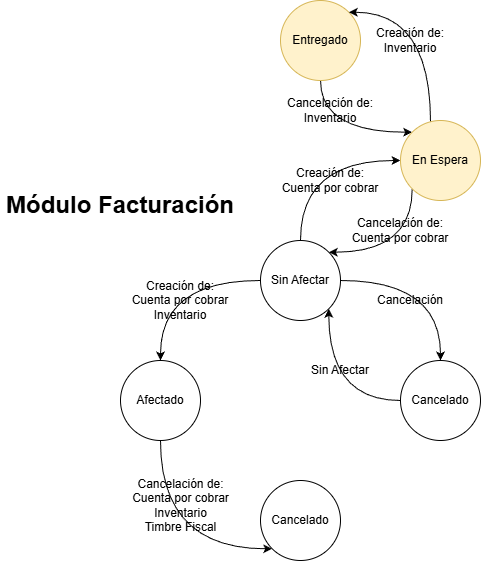
Before: public/images/grafoModuloFacturacion.png, a diagram exported from draw.io (ZacJumpOne/website-zjo). Source tidied: cells renumbered, new cells last; positions are measured from the earlier drawing's top-left corner, leaving out a move shared by most shapes.
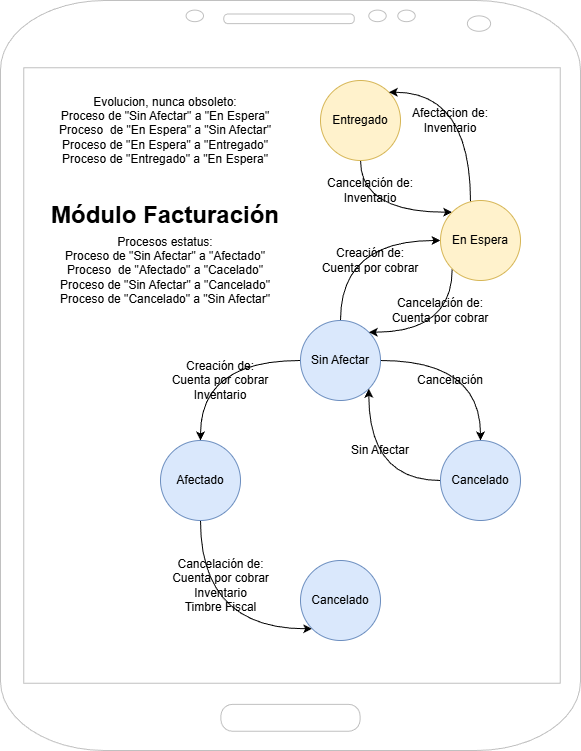
Above is the later version.

What changed in the source:
```diff
@@ -2,6 +2,9 @@
   <root>
     <mxCell id="0" />
     <mxCell id="1" parent="0" />
+    <mxCell id="25" style="verticalLabelPosition=bottom;verticalAlign=top;html=1;shadow=0;dashed=0;strokeWidth=1;shape=mxgraph.android.phone2;strokeColor=#c0c0c0;" parent="1" vertex="1">
+      <mxGeometry x="-40" y="-80" width="580" height="750" as="geometry" />
+    </mxCell>
     <mxCell id="2" style="edgeStyle=orthogonalEdgeStyle;rounded=0;jettySize=auto;html=1;entryX=0.5;entryY=0;entryDx=0;entryDy=0;curved=1;" parent="1" edge="1" source="5" target="7">
       <mxGeometry relative="1" as="geometry" />
     </mxCell>
@@ -15,7 +18,7 @@
         </Array>
       </mxGeometry>
     </mxCell>
-    <mxCell id="5" value="Sin Afectar" style="ellipse;whiteSpace=wrap;html=1;" parent="1" vertex="1">
+    <mxCell id="5" value="Sin Afectar" style="ellipse;whiteSpace=wrap;html=1;fillColor=#dae8fc;strokeColor=#6c8ebf;" parent="1" vertex="1">
       <mxGeometry x="260" y="240" width="80" height="80" as="geometry" />
     </mxCell>
     <mxCell id="6" style="edgeStyle=orthogonalEdgeStyle;rounded=0;jettySize=auto;html=1;entryX=0;entryY=1;entryDx=0;entryDy=0;curved=1;" parent="1" edge="1" source="7" target="15">
@@ -25,7 +28,7 @@
         </Array>
       </mxGeometry>
     </mxCell>
-    <mxCell id="7" value="Afectado" style="ellipse;whiteSpace=wrap;html=1;" parent="1" vertex="1">
+    <mxCell id="7" value="Afectado" style="ellipse;whiteSpace=wrap;html=1;fillColor=#dae8fc;strokeColor=#6c8ebf;" parent="1" vertex="1">
       <mxGeometry x="120" y="360" width="80" height="80" as="geometry" />
     </mxCell>
     <mxCell id="8" style="edgeStyle=orthogonalEdgeStyle;rounded=0;jettySize=auto;html=1;entryX=0;entryY=0;entryDx=0;entryDy=0;curved=1;" parent="1" edge="1" source="9" target="12">
@@ -58,14 +61,14 @@
     <mxCell id="13" style="edgeStyle=orthogonalEdgeStyle;rounded=0;jettySize=auto;html=1;entryX=1;entryY=1;entryDx=0;entryDy=0;curved=1;" parent="1" edge="1" source="14" target="5">
       <mxGeometry relative="1" as="geometry" />
     </mxCell>
-    <mxCell id="14" value="Cancelado" style="ellipse;whiteSpace=wrap;html=1;" parent="1" vertex="1">
+    <mxCell id="14" value="Cancelado" style="ellipse;whiteSpace=wrap;html=1;fillColor=#dae8fc;strokeColor=#6c8ebf;" parent="1" vertex="1">
       <mxGeometry x="400" y="360" width="80" height="80" as="geometry" />
     </mxCell>
-    <mxCell id="15" value="Cancelado" style="ellipse;whiteSpace=wrap;html=1;" parent="1" vertex="1">
+    <mxCell id="15" value="Cancelado" style="ellipse;whiteSpace=wrap;html=1;fillColor=#dae8fc;strokeColor=#6c8ebf;" parent="1" vertex="1">
       <mxGeometry x="260" y="480" width="80" height="80" as="geometry" />
     </mxCell>
     <mxCell id="16" value="&lt;h1&gt;&lt;font style=&quot;font-size: 24px;&quot;&gt;Módulo Facturación&lt;/font&gt;&lt;/h1&gt;" style="text;html=1;whiteSpace=wrap;strokeColor=none;fillColor=none;align=center;verticalAlign=middle;rounded=0;" parent="1" vertex="1">
-      <mxGeometry y="170" width="240" height="70" as="geometry" />
+      <mxGeometry x="5" y="100" width="240" height="70" as="geometry" />
     </mxCell>
     <mxCell id="17" value="Creación de: Cuenta por cobrar&lt;div&gt;Inventario&lt;/div&gt;" style="text;html=1;whiteSpace=wrap;strokeColor=none;fillColor=none;align=center;verticalAlign=middle;rounded=0;" parent="1" vertex="1">
       <mxGeometry x="130" y="280" width="100" height="40" as="geometry" />
@@ -85,11 +88,17 @@
     <mxCell id="22" value="Cancelación de:&lt;div&gt;Cuenta por cobrar&lt;/div&gt;" style="text;html=1;whiteSpace=wrap;strokeColor=none;fillColor=none;align=center;verticalAlign=middle;rounded=0;" parent="1" vertex="1">
       <mxGeometry x="350" y="210" width="100" height="40" as="geometry" />
     </mxCell>
-    <mxCell id="23" value="Creación de:&lt;div&gt;Inventario&lt;/div&gt;" style="text;html=1;whiteSpace=wrap;strokeColor=none;fillColor=none;align=center;verticalAlign=middle;rounded=0;" parent="1" vertex="1">
+    <mxCell id="23" value="Afectacion de:&lt;div&gt;Inventario&lt;/div&gt;" style="text;html=1;whiteSpace=wrap;strokeColor=none;fillColor=none;align=center;verticalAlign=middle;rounded=0;" parent="1" vertex="1">
       <mxGeometry x="360" y="20" width="100" height="40" as="geometry" />
     </mxCell>
     <mxCell id="24" value="Cancelación de:&lt;div&gt;Inventario&lt;/div&gt;" style="text;html=1;whiteSpace=wrap;strokeColor=none;fillColor=none;align=center;verticalAlign=middle;rounded=0;" parent="1" vertex="1">
       <mxGeometry x="280" y="90" width="100" height="40" as="geometry" />
     </mxCell>
+    <mxCell id="26" value="Evolucion, nunca obsoleto:&lt;div&gt;Proceso de &quot;Sin Afectar&quot; a &quot;En Espera&quot;&lt;/div&gt;&lt;div&gt;Proceso&amp;nbsp; de &quot;En Espera&quot; a &quot;Sin Afectar&quot;&lt;/div&gt;&lt;div&gt;Proceso de &quot;En Espera&quot; a &quot;Entregado&quot;&lt;/div&gt;&lt;div&gt;Proceso de &quot;Entregado&quot; a &quot;En Espera&quot;&lt;/div&gt;" style="text;html=1;whiteSpace=wrap;strokeColor=none;fillColor=none;align=center;verticalAlign=middle;rounded=0;" parent="1" vertex="1">
+      <mxGeometry x="10" y="10" width="230" height="80" as="geometry" />
+    </mxCell>
+    <mxCell id="27" value="Procesos estatus:&lt;div&gt;Proceso de &quot;Sin Afectar&quot; a &quot;Afectado&quot;&lt;/div&gt;&lt;div&gt;Proceso&amp;nbsp; de &quot;Afectado&quot; a &quot;Cacelado&quot;&lt;/div&gt;&lt;div&gt;Proceso de &quot;Sin Afectar&quot; a &quot;Cancelado&quot;&lt;/div&gt;&lt;div&gt;Proceso de &quot;Cancelado&quot; a &quot;Sin Afectar&quot;&lt;/div&gt;" style="text;html=1;whiteSpace=wrap;strokeColor=none;fillColor=none;align=center;verticalAlign=middle;rounded=0;" parent="1" vertex="1">
+      <mxGeometry x="10" y="150" width="230" height="80" as="geometry" />
+    </mxCell>
   </root>
 </mxGraphModel>
```
